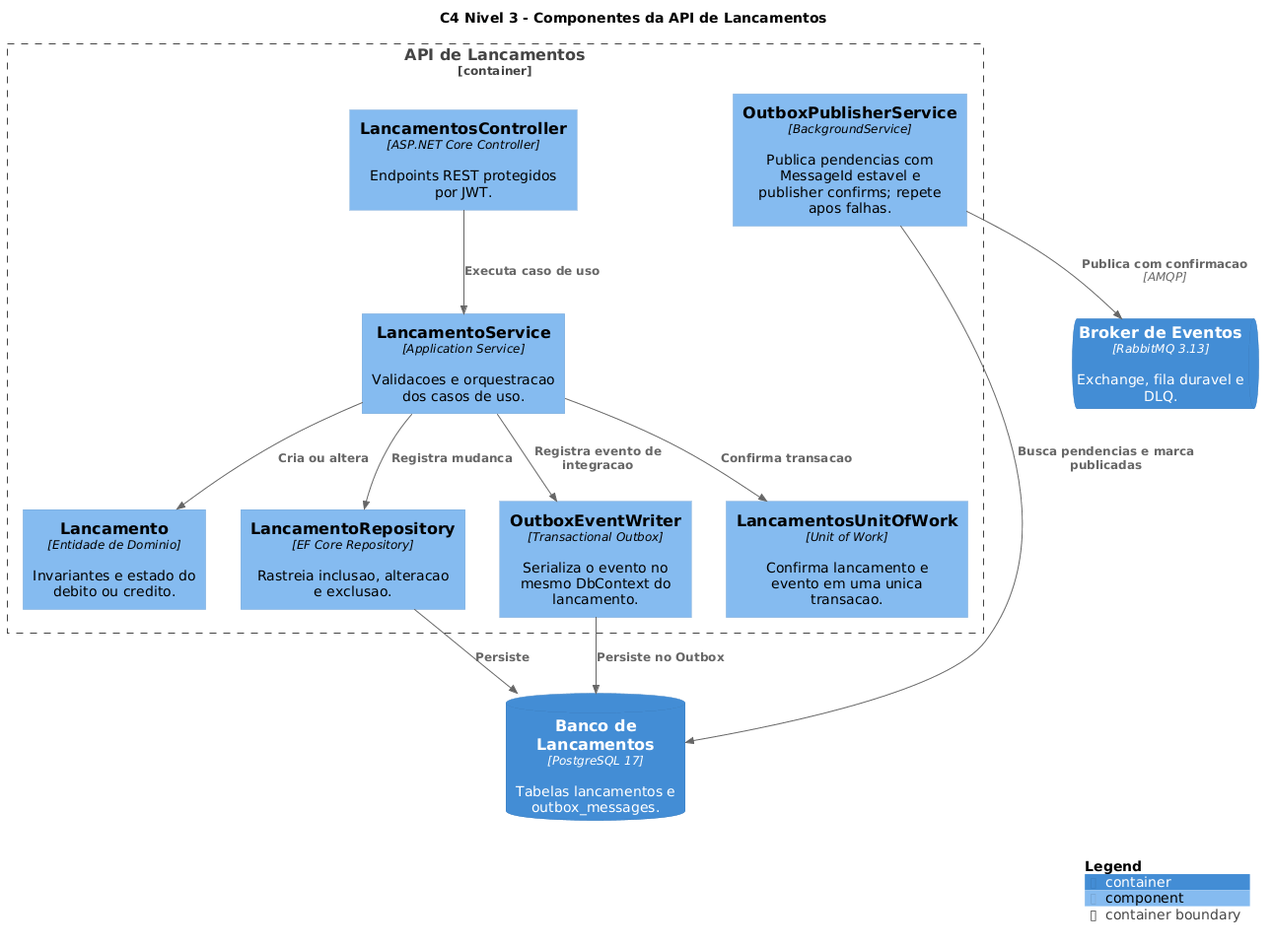
This is docs/diagrams/03-componentes-lancamentos.png from andersonx1013/fluxocaixa, a PlantUML export, as it was before one commit. The source it was exported from:
```plantuml
@startuml
!include <C4/C4_Component>
LAYOUT_WITH_LEGEND()

title C4 Nivel 3 - Componentes da API de Lancamentos

Container_Boundary(api_lancamentos, "API de Lancamentos") {
    Component(controller, "LancamentosController", "ASP.NET Core Controller", "Endpoints REST protegidos por JWT.")
    Component(service, "LancamentoService", "Application Service", "Validacoes e orquestracao dos casos de uso.")
    Component(entity, "Lancamento", "Entidade de Dominio", "Invariantes e estado do debito ou credito.")
    Component(repository, "LancamentoRepository", "EF Core Repository", "Rastreia inclusao, alteracao e exclusao.")
    Component(outbox_writer, "OutboxEventWriter", "Transactional Outbox", "Serializa o evento no mesmo DbContext do lancamento.")
    Component(unit_of_work, "LancamentosUnitOfWork", "Unit of Work", "Confirma lancamento e evento em uma unica transacao.")
    Component(dispatcher, "OutboxPublisherService", "BackgroundService", "Publica pendencias com MessageId estavel e publisher confirms; repete apos falhas.")
}

ContainerDb(db_lancamentos, "Banco de Lancamentos", "PostgreSQL 17", "Tabelas lancamentos e outbox_messages.")
ContainerQueue(rabbitmq, "Broker de Eventos", "RabbitMQ 3.13", "Exchange, fila duravel e DLQ.")

Rel(controller, service, "Executa caso de uso")
Rel(service, entity, "Cria ou altera")
Rel(service, repository, "Registra mudanca")
Rel(service, outbox_writer, "Registra evento de integracao")
Rel(service, unit_of_work, "Confirma transacao")
Rel(repository, db_lancamentos, "Persiste")
Rel(outbox_writer, db_lancamentos, "Persiste no Outbox")
Rel(dispatcher, db_lancamentos, "Busca pendencias e marca publicadas")
Rel(dispatcher, rabbitmq, "Publica com confirmacao", "AMQP")

SHOW_LEGEND()
@enduml
```
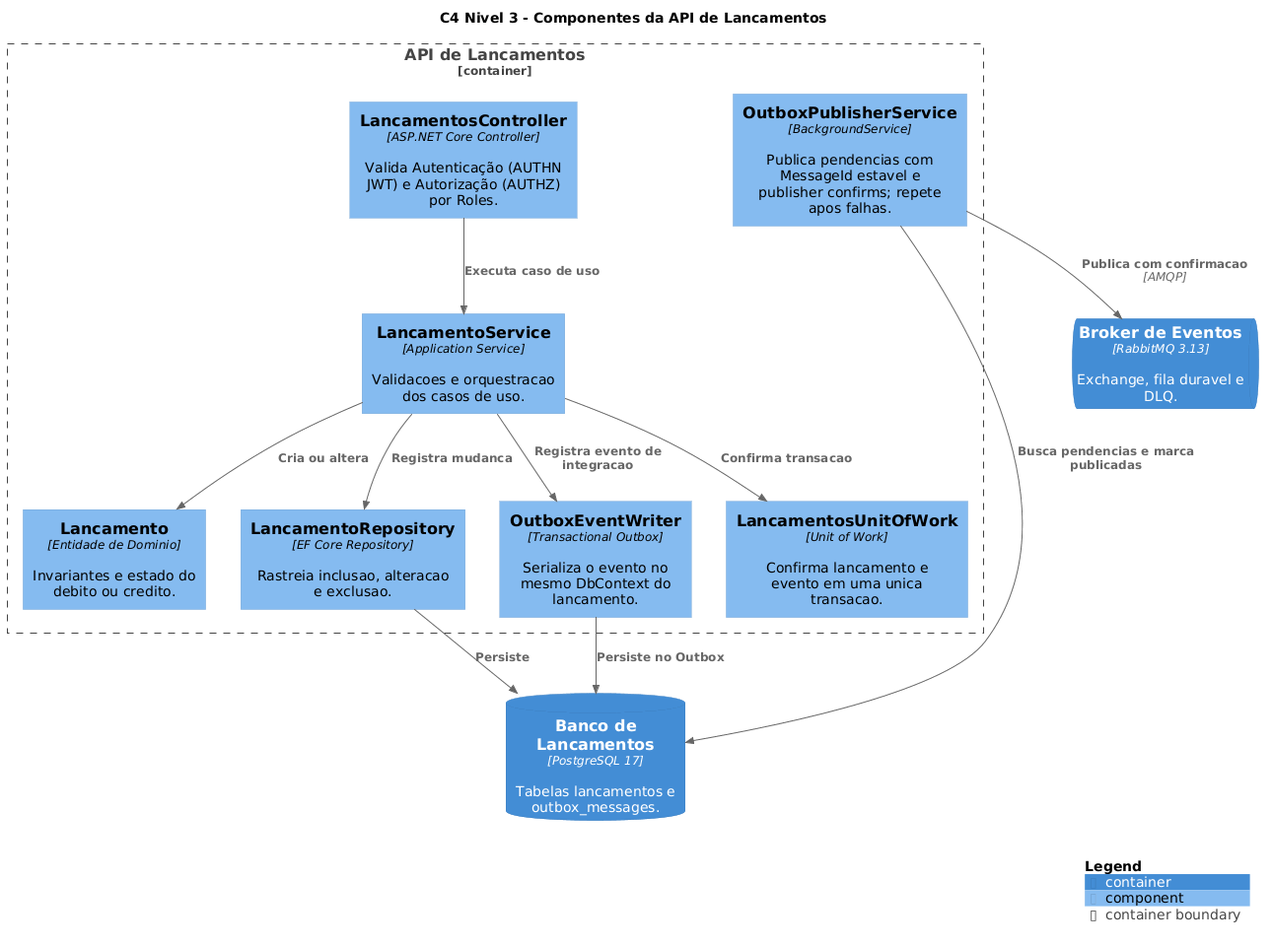
The same file after the commit.

The edit, as a diff of the source:
```diff
@@ -5,7 +5,7 @@
 title C4 Nivel 3 - Componentes da API de Lancamentos
 
 Container_Boundary(api_lancamentos, "API de Lancamentos") {
-    Component(controller, "LancamentosController", "ASP.NET Core Controller", "Endpoints REST protegidos por JWT.")
+    Component(controller, "LancamentosController", "ASP.NET Core Controller", "Valida Autenticação (AUTHN JWT) e Autorização (AUTHZ) por Roles.")
     Component(service, "LancamentoService", "Application Service", "Validacoes e orquestracao dos casos de uso.")
     Component(entity, "Lancamento", "Entidade de Dominio", "Invariantes e estado do debito ou credito.")
     Component(repository, "LancamentoRepository", "EF Core Repository", "Rastreia inclusao, alteracao e exclusao.")
```
